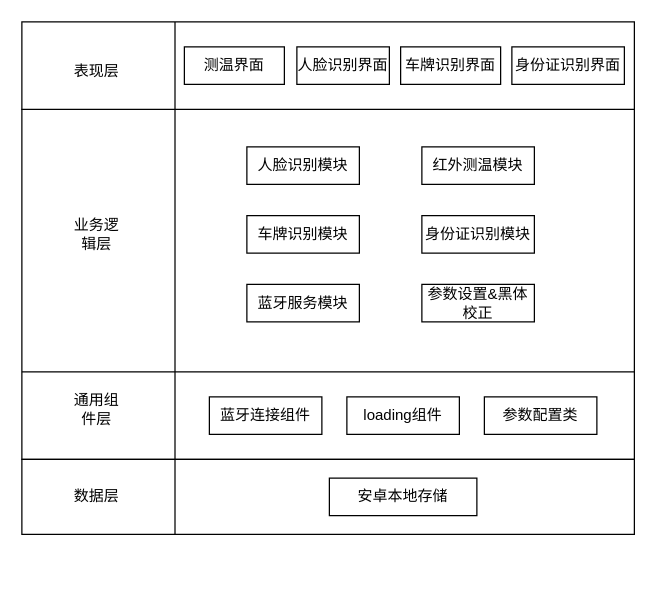
Earlier version of the draw.io diagram 头盔端软件逻辑视图.drawio (ColonelDarcy2018/excelsior). Source tidied: cells renumbered, new cells numbered last; positions are measured from the earlier drawing's top-left corner, leaving out a move shared by most shapes. Both pictures are drawn from the tidied source at 125%, with x=0, y=0 at pixel (21, 21).
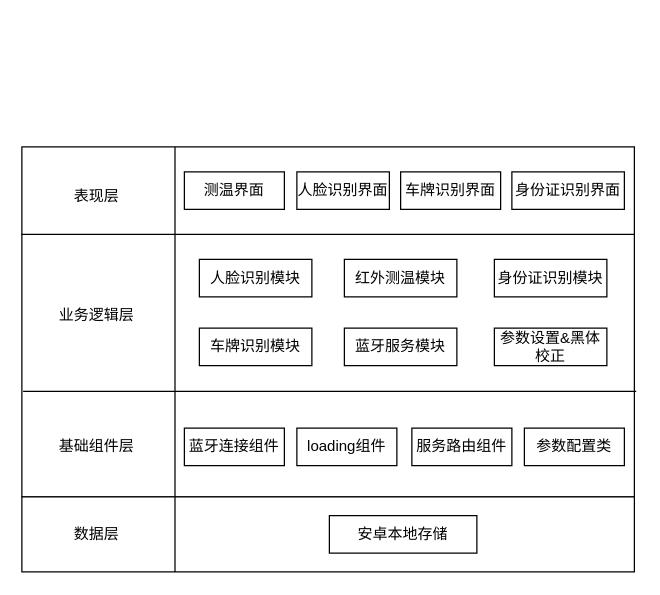
The same diagram, later.

Commit message (it also covers changes not shown here):
Update 头盔端软件逻辑视图.drawio

Diff of the diagram source:
```diff
@@
     <mxCell id="2" style="rounded=0;whiteSpace=wrap;html=1;" parent="1" vertex="1">
-      <mxGeometry y="70" width="490" height="280" as="geometry" />
+      <mxGeometry y="170" width="490" height="210" as="geometry" />
     </mxCell>
@@
-    <mxCell id="4" style="endArrow=none;html=1;entryX=1;entryY=0.75;entryDx=0;entryDy=0;exitX=0;exitY=0.75;exitDx=0;exitDy=0;" parent="1" edge="1" source="2" target="2">
+    <mxCell id="4" style="endArrow=none;html=1;entryX=1.003;entryY=0.598;entryDx=0;entryDy=0;exitX=0.002;exitY=0.598;exitDx=0;exitDy=0;exitPerimeter=0;entryPerimeter=0;" parent="1" edge="1" source="2" target="2">
       <mxGeometry relative="1" as="geometry" />
     </mxCell>
     <mxCell id="5" value="业务逻辑层" style="text;html=1;strokeColor=none;fillColor=none;align=center;verticalAlign=middle;whiteSpace=wrap;rounded=0;" parent="1" vertex="1">
-      <mxGeometry x="40" y="160" width="40" height="20" as="geometry" />
+      <mxGeometry x="25" y="225" width="70" height="20" as="geometry" />
     </mxCell>
-    <mxCell id="6" value="通用组件层" style="text;html=1;strokeColor=none;fillColor=none;align=center;verticalAlign=middle;whiteSpace=wrap;rounded=0;" parent="1" vertex="1">
-      <mxGeometry x="40" y="300" width="40" height="20" as="geometry" />
+    <mxCell id="6" value="基础组件层" style="text;html=1;strokeColor=none;fillColor=none;align=center;verticalAlign=middle;whiteSpace=wrap;rounded=0;" parent="1" vertex="1">
+      <mxGeometry x="20" y="330" width="80" height="20" as="geometry" />
     </mxCell>
     <mxCell id="7" style="rounded=0;whiteSpace=wrap;html=1;" parent="1" vertex="1">
-      <mxGeometry width="490" height="70" as="geometry" />
+      <mxGeometry y="100" width="490" height="70" as="geometry" />
     </mxCell>
@@
     <mxCell id="9" value="表现层" style="text;html=1;strokeColor=none;fillColor=none;align=center;verticalAlign=middle;whiteSpace=wrap;rounded=0;" parent="1" vertex="1">
-      <mxGeometry x="40" y="30" width="40" height="20" as="geometry" />
+      <mxGeometry x="40" y="130" width="40" height="20" as="geometry" />
     </mxCell>
     <mxCell id="10" value="测温界面" style="rounded=0;whiteSpace=wrap;html=1;" parent="1" vertex="1">
-      <mxGeometry x="130" y="20" width="80" height="30" as="geometry" />
+      <mxGeometry x="130" y="120" width="80" height="30" as="geometry" />
     </mxCell>
     <mxCell id="11" value="人脸识别界面" style="rounded=0;whiteSpace=wrap;html=1;" parent="1" vertex="1">
-      <mxGeometry x="220" y="20" width="74" height="30" as="geometry" />
+      <mxGeometry x="220" y="120" width="74" height="30" as="geometry" />
     </mxCell>
     <mxCell id="12" value="车牌识别界面" style="rounded=0;whiteSpace=wrap;html=1;" parent="1" vertex="1">
-      <mxGeometry x="303" y="20" width="80" height="30" as="geometry" />
+      <mxGeometry x="303" y="120" width="80" height="30" as="geometry" />
     </mxCell>
     <mxCell id="13" value="身份证识别界面" style="rounded=0;whiteSpace=wrap;html=1;" parent="1" vertex="1">
-      <mxGeometry x="392" y="20" width="90" height="30" as="geometry" />
+      <mxGeometry x="392" y="120" width="90" height="30" as="geometry" />
     </mxCell>
     <mxCell id="14" value="人脸识别模块" style="rounded=0;whiteSpace=wrap;html=1;" parent="1" vertex="1">
-      <mxGeometry x="180" y="100" width="90" height="30" as="geometry" />
+      <mxGeometry x="142" y="190" width="90" height="30" as="geometry" />
     </mxCell>
     <mxCell id="15" value="红外测温模块" style="rounded=0;whiteSpace=wrap;html=1;" parent="1" vertex="1">
-      <mxGeometry x="320" y="100" width="90" height="30" as="geometry" />
+      <mxGeometry x="258" y="190" width="90" height="30" as="geometry" />
     </mxCell>
@@
     <mxCell id="17" value="车牌识别模块" style="rounded=0;whiteSpace=wrap;html=1;" parent="1" vertex="1">
-      <mxGeometry x="180" y="155" width="90" height="30" as="geometry" />
+      <mxGeometry x="142" y="245" width="90" height="30" as="geometry" />
     </mxCell>
     <mxCell id="18" value="身份证识别模块" style="rounded=0;whiteSpace=wrap;html=1;" parent="1" vertex="1">
-      <mxGeometry x="320" y="155" width="90" height="30" as="geometry" />
+      <mxGeometry x="378" y="190" width="90" height="30" as="geometry" />
     </mxCell>
     <mxCell id="19" value="蓝牙服务模块" style="rounded=0;whiteSpace=wrap;html=1;" parent="1" vertex="1">
-      <mxGeometry x="180" y="210" width="90" height="30" as="geometry" />
+      <mxGeometry x="258" y="245" width="90" height="30" as="geometry" />
     </mxCell>
     <mxCell id="20" value="loading组件" style="rounded=0;whiteSpace=wrap;html=1;" parent="1" vertex="1">
-      <mxGeometry x="260" y="300" width="90" height="30" as="geometry" />
+      <mxGeometry x="220" y="325" width="80" height="30" as="geometry" />
     </mxCell>
     <mxCell id="21" value="蓝牙连接组件" style="rounded=0;whiteSpace=wrap;html=1;" parent="1" vertex="1">
-      <mxGeometry x="150" y="300" width="90" height="30" as="geometry" />
+      <mxGeometry x="130" y="325" width="80" height="30" as="geometry" />
     </mxCell>
     <mxCell id="22" value="参数配置类" style="rounded=0;whiteSpace=wrap;html=1;" parent="1" vertex="1">
-      <mxGeometry x="370" y="300" width="90" height="30" as="geometry" />
+      <mxGeometry x="402" y="325" width="80" height="30" as="geometry" />
     </mxCell>
     <mxCell id="23" value="参数设置&amp;amp;黑体校正" style="rounded=0;whiteSpace=wrap;html=1;" parent="1" vertex="1">
-      <mxGeometry x="320" y="210" width="90" height="30" as="geometry" />
+      <mxGeometry x="378" y="245" width="90" height="30" as="geometry" />
     </mxCell>
     <mxCell id="24" style="rounded=0;whiteSpace=wrap;html=1;" parent="1" vertex="1">
-      <mxGeometry y="350" width="490" height="60" as="geometry" />
+      <mxGeometry y="380" width="490" height="60" as="geometry" />
     </mxCell>
     <mxCell id="25" value="数据层" style="text;html=1;strokeColor=none;fillColor=none;align=center;verticalAlign=middle;whiteSpace=wrap;rounded=0;" parent="1" vertex="1">
-      <mxGeometry x="40" y="370" width="40" height="20" as="geometry" />
+      <mxGeometry x="40" y="400" width="40" height="20" as="geometry" />
     </mxCell>
     <mxCell id="26" value="安卓本地存储" style="rounded=0;whiteSpace=wrap;html=1;" parent="1" vertex="1">
-      <mxGeometry x="246" y="365" width="118" height="30" as="geometry" />
+      <mxGeometry x="246" y="395" width="118" height="30" as="geometry" />
     </mxCell>
@@
+    <mxCell id="28" value="服务路由组件" style="rounded=0;whiteSpace=wrap;html=1;" parent="1" vertex="1">
+      <mxGeometry x="312" y="325" width="80" height="30" as="geometry" />
+    </mxCell>
```
